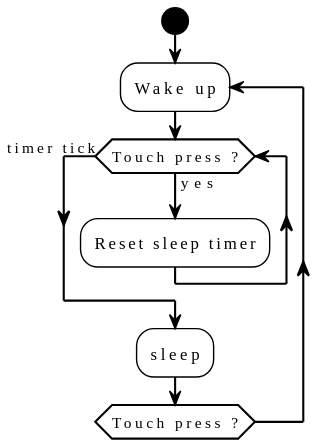
Earlier version of the PlantUML export 0200_Research/0201_Diagrams/Presentation_diagrams/pongboy.svg (SamyFrancelet/PongBoy). Its diagram source:
```plantuml
@startuml pongboy

!theme plain

start
repeat :Wake up;
while (Touch press ?) is (yes)
    :Reset sleep timer;
endwhile (timer tick)
:sleep;
repeat while(Touch press ?)

@enduml
```
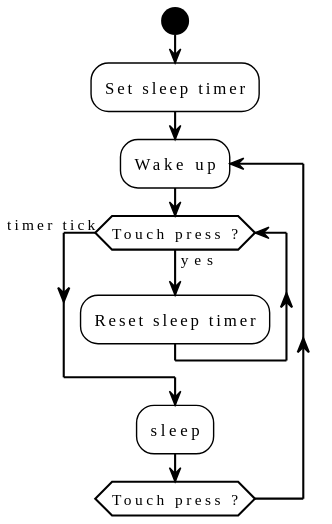
Later version of the same file.

What changed in the source:
```diff
@@ -3,6 +3,7 @@
 !theme plain
 
 start
+:Set sleep timer;
 repeat :Wake up;
 while (Touch press ?) is (yes)
     :Reset sleep timer;
```
